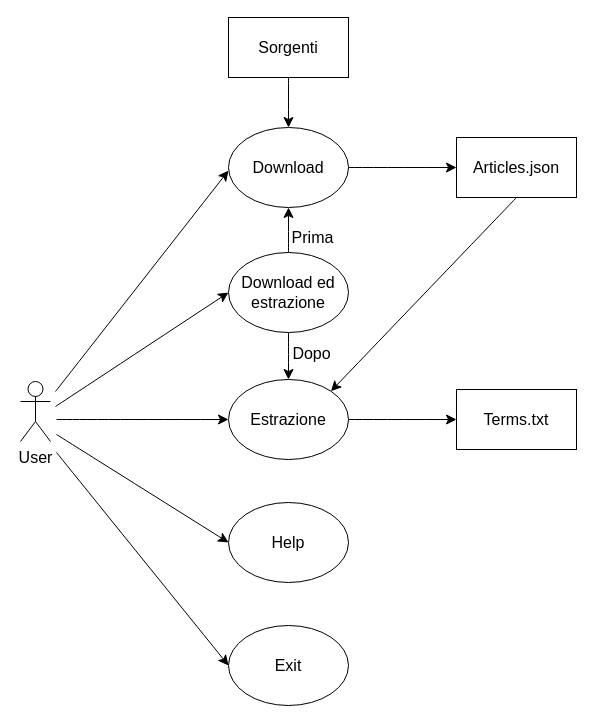
The draw.io diagram Documenti e diagrammi/doc/DiagrammaCasiUso.drawio in MaTo01/WebMiningProject, before the edit. Source tidied: cells renumbered, new cells numbered last; positions are measured from the earlier drawing's top-left corner, leaving out a move shared by most shapes. Both pictures are drawn from the tidied source at 100%, with x=0, y=0 at pixel (20, 17).
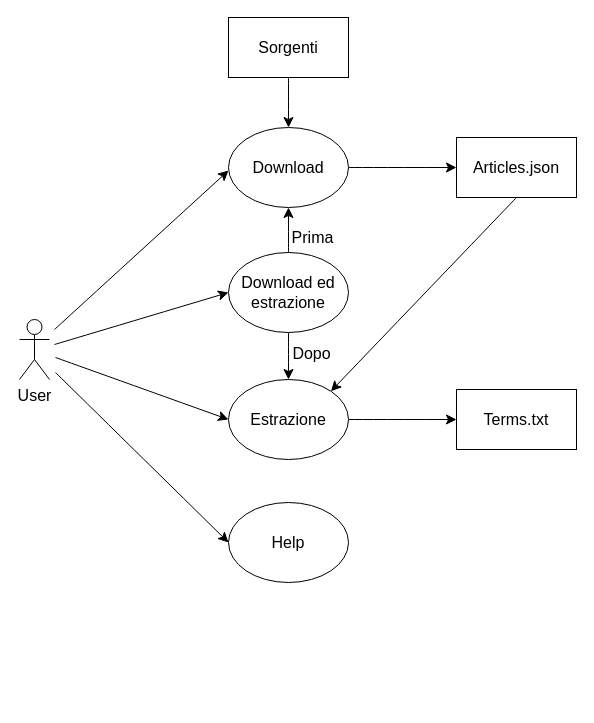
After the change.

Unchanged cells that the change refers to:
```xml
<mxCell id="4" value="Download" style="ellipse;whiteSpace=wrap;html=1;fontSize=16;" parent="1" vertex="1">
  <mxGeometry x="208" y="110" width="120" height="80" as="geometry" />
</mxCell>
<mxCell id="8" value="Download ed estrazione" style="ellipse;whiteSpace=wrap;html=1;fontSize=16;" parent="1" vertex="1">
  <mxGeometry x="208" y="235" width="120" height="80" as="geometry" />
</mxCell>
<mxCell id="10" value="Estrazione" style="ellipse;whiteSpace=wrap;html=1;fontSize=16;" parent="1" vertex="1">
  <mxGeometry x="208" y="362" width="120" height="80" as="geometry" />
</mxCell>
<mxCell id="11" value="Help" style="ellipse;whiteSpace=wrap;html=1;fontSize=16;" parent="1" vertex="1">
  <mxGeometry x="208" y="485" width="120" height="80" as="geometry" />
</mxCell>
```

Change to the diagram source:
```diff
@@
     <mxCell id="2" value="User" style="shape=umlActor;verticalLabelPosition=bottom;verticalAlign=top;html=1;fontSize=16;" parent="1" vertex="1">
-      <mxGeometry y="364" width="30" height="60" as="geometry" />
+      <mxGeometry x="-1" y="302" width="30" height="60" as="geometry" />
     </mxCell>
@@
     <mxCell id="12" style="endArrow=classic;html=1;rounded=0;fontSize=12;startSize=8;endSize=8;curved=1;entryX=0;entryY=0.538;entryDx=0;entryDy=0;entryPerimeter=0;" parent="1" edge="1" target="4">
       <mxGeometry relative="1" as="geometry">
-        <mxPoint x="35" y="374" as="sourcePoint" />
+        <mxPoint x="34" y="312" as="sourcePoint" />
       </mxGeometry>
     </mxCell>
     <mxCell id="13" style="endArrow=classic;html=1;rounded=0;fontSize=12;startSize=8;endSize=8;curved=1;entryX=0;entryY=0.5;entryDx=0;entryDy=0;" parent="1" edge="1" target="8">
       <mxGeometry relative="1" as="geometry">
-        <mxPoint x="35" y="389" as="sourcePoint" />
+        <mxPoint x="34" y="327" as="sourcePoint" />
       </mxGeometry>
     </mxCell>
     <mxCell id="14" style="endArrow=classic;html=1;rounded=0;fontSize=12;startSize=8;endSize=8;curved=1;entryX=0;entryY=0.5;entryDx=0;entryDy=0;" parent="1" edge="1" target="10">
       <mxGeometry relative="1" as="geometry">
-        <mxPoint x="36" y="402" as="sourcePoint" />
+        <mxPoint x="35" y="340" as="sourcePoint" />
       </mxGeometry>
     </mxCell>
     <mxCell id="15" style="endArrow=classic;html=1;rounded=0;fontSize=12;startSize=8;endSize=8;curved=1;entryX=0;entryY=0.5;entryDx=0;entryDy=0;" parent="1" edge="1" target="11">
       <mxGeometry relative="1" as="geometry">
-        <mxPoint x="36" y="417" as="sourcePoint" />
+        <mxPoint x="35" y="355" as="sourcePoint" />
       </mxGeometry>
     </mxCell>
@@
-    <mxCell id="23" value="Exit" style="ellipse;whiteSpace=wrap;html=1;fontSize=16;" parent="1" vertex="1">
-      <mxGeometry x="208" y="608" width="120" height="80" as="geometry" />
-    </mxCell>
-    <mxCell id="24" style="endArrow=classic;html=1;rounded=0;fontSize=12;startSize=8;endSize=8;curved=1;entryX=0;entryY=0.5;entryDx=0;entryDy=0;" parent="1" edge="1" target="23">
-      <mxGeometry relative="1" as="geometry">
-        <mxPoint x="36" y="435" as="sourcePoint" />
-      </mxGeometry>
-    </mxCell>
```
